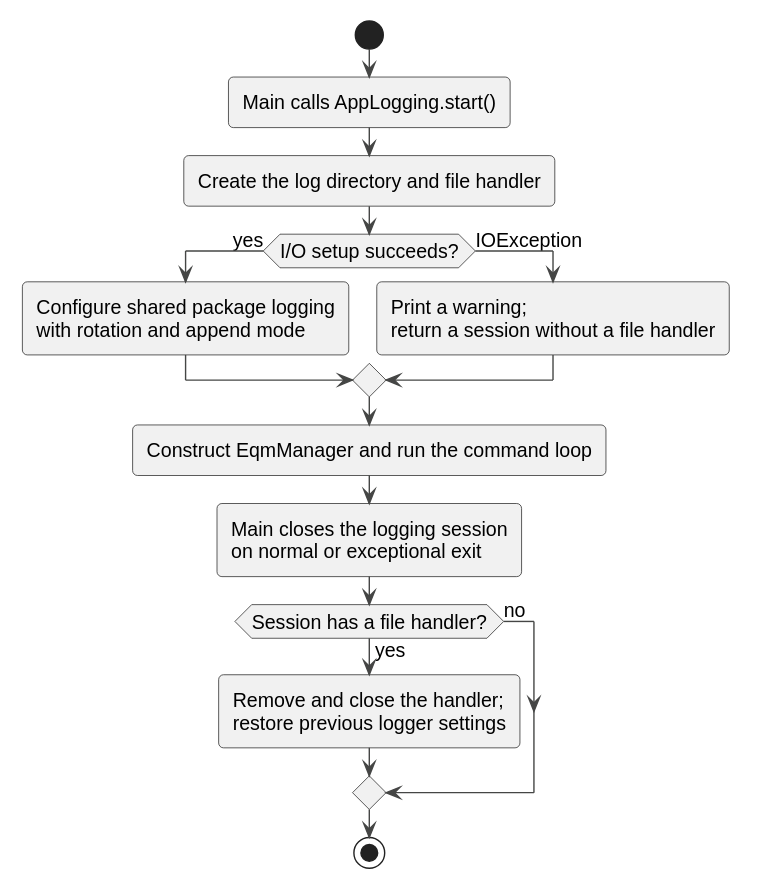
This is docs/images/LoggingLifecycle.svg from AY2627S1-CS2113-W13-1/tp, a PlantUML export, as it was before one commit.
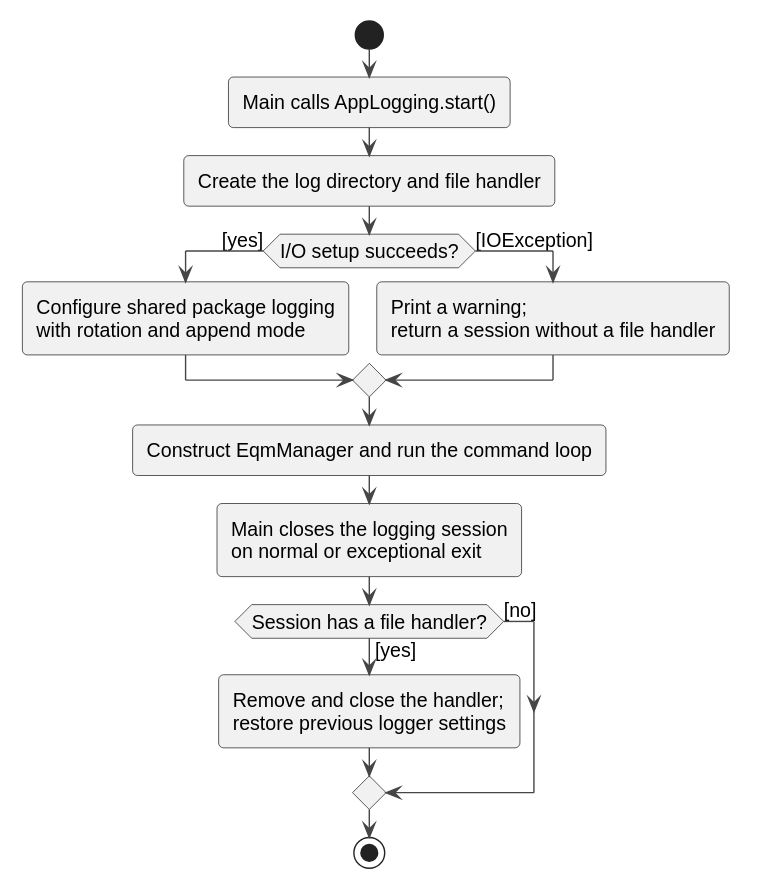
Above is the later version.

Change to the diagram source:
```diff
@@ -4,16 +4,16 @@
 start
 :Main calls AppLogging.start();
 :Create the log directory and file handler;
-if (I/O setup succeeds?) then (yes)
+if (I/O setup succeeds?) then ([yes])
     :Configure shared package logging\nwith rotation and append mode;
-else (IOException)
+else ([IOException])
     :Print a warning;\nreturn a session without a file handler;
 endif
 :Construct EqmManager and run the command loop;
 :Main closes the logging session\non normal or exceptional exit;
-if (Session has a file handler?) then (yes)
+if (Session has a file handler?) then ([yes])
     :Remove and close the handler;\nrestore previous logger settings;
-else (no)
+else ([no])
 endif
 stop
 @enduml
```
